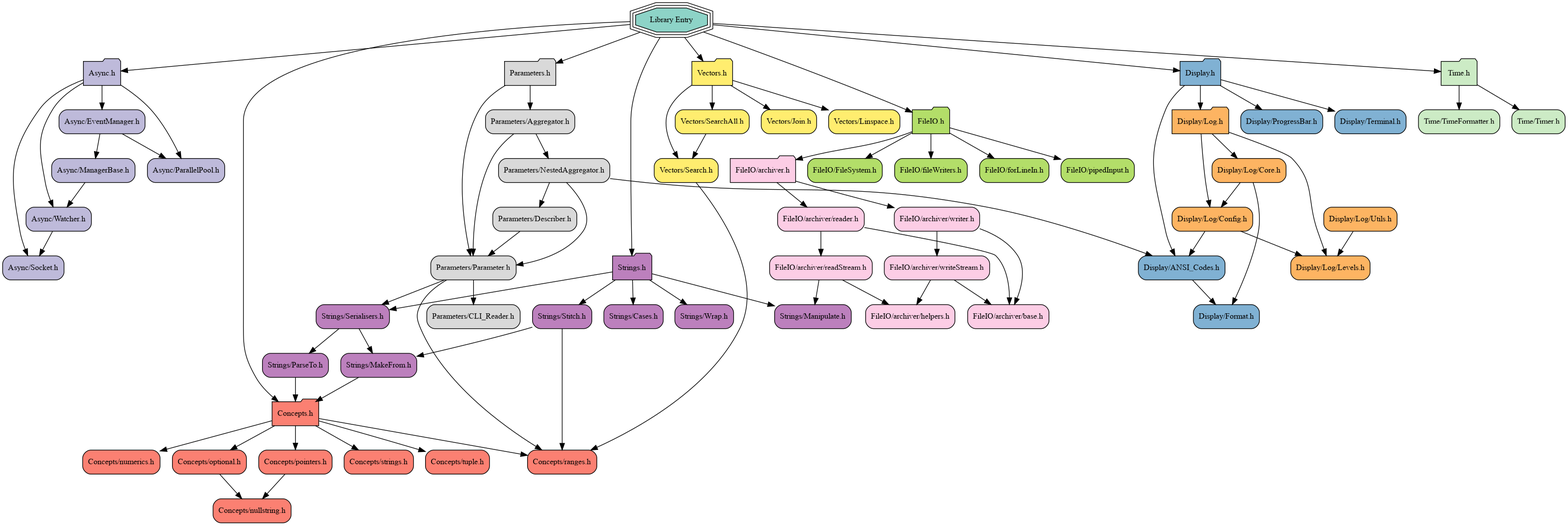
The Graphviz diagram docs/visualiser/network.png in DrFraserGovil/JSL, before a commit. Its source is kept beside it as docs/visualiser/network.dot. The source it was exported from:
```dot
digraph codeviz {
    splines=true
    sep="+15,15"
    overlap=false

    node [shape=Mrecord, fontsize=12]

    node [fillcolor = "#8dd3c7",shape="tripleoctagon", style = "filled"] "JSL.h"                             [label = "Library Entry"]
    node [fillcolor = "#bebada", shape="folder", style = "filled"] "JSL/Async.h"                       [label = "Async.h"]
    node [fillcolor = "#bebada",shape="Mrecord", style = "filled"] "JSL/Async/EventManager.h"          [label = "Async/EventManager.h"]
    node [fillcolor = "#bebada",shape="Mrecord", style = "filled"] "JSL/Async/ManagerBase.h"           [label = "Async/ManagerBase.h"]
    node [fillcolor = "#bebada",shape="Mrecord", style = "filled"] "JSL/Async/ParallelPool.h"          [label = "Async/ParallelPool.h"]
    node [fillcolor = "#bebada",shape="Mrecord", style = "filled"] "JSL/Async/Socket.h"                [label = "Async/Socket.h"]
    node [fillcolor = "#bebada",shape="Mrecord", style = "filled"] "JSL/Async/Watcher.h"               [label = "Async/Watcher.h"]
    node [fillcolor = "#fb8072", shape="folder", style = "filled"] "JSL/Concepts.h"                    [label = "Concepts.h"]
    node [fillcolor = "#fb8072",shape="Mrecord", style = "filled"] "JSL/Concepts/nullstring.h"         [label = "Concepts/nullstring.h"]
    node [fillcolor = "#fb8072",shape="Mrecord", style = "filled"] "JSL/Concepts/numerics.h"           [label = "Concepts/numerics.h"]
    node [fillcolor = "#fb8072",shape="Mrecord", style = "filled"] "JSL/Concepts/optional.h"           [label = "Concepts/optional.h"]
    node [fillcolor = "#fb8072",shape="Mrecord", style = "filled"] "JSL/Concepts/pointers.h"           [label = "Concepts/pointers.h"]
    node [fillcolor = "#fb8072",shape="Mrecord", style = "filled"] "JSL/Concepts/ranges.h"             [label = "Concepts/ranges.h"]
    node [fillcolor = "#fb8072",shape="Mrecord", style = "filled"] "JSL/Concepts/strings.h"            [label = "Concepts/strings.h"]
    node [fillcolor = "#fb8072",shape="Mrecord", style = "filled"] "JSL/Concepts/tuple.h"              [label = "Concepts/tuple.h"]
    node [fillcolor = "#80b1d3", shape="folder", style = "filled"] "JSL/Display.h"                     [label = "Display.h"]
    node [fillcolor = "#80b1d3",shape="Mrecord", style = "filled"] "JSL/Display/ANSI_Codes.h"          [label = "Display/ANSI_Codes.h"]
    node [fillcolor = "#80b1d3",shape="Mrecord", style = "filled"] "JSL/Display/Format.h"              [label = "Display/Format.h"]
    node [fillcolor = "#fdb462", shape="folder", style = "filled"] "JSL/Display/Log.h"                 [label = "Display/Log.h"]
    node [fillcolor = "#fdb462",shape="Mrecord", style = "filled"] "JSL/Display/Log/Config.h"          [label = "Display/Log/Config.h"]
    node [fillcolor = "#fdb462",shape="Mrecord", style = "filled"] "JSL/Display/Log/Core.h"            [label = "Display/Log/Core.h"]
    node [fillcolor = "#fdb462",shape="Mrecord", style = "filled"] "JSL/Display/Log/Levels.h"          [label = "Display/Log/Levels.h"]
    node [fillcolor = "#fdb462",shape="Mrecord", style = "filled"] "JSL/Display/Log/Utils.h"           [label = "Display/Log/Utils.h"]
    node [fillcolor = "#80b1d3",shape="Mrecord", style = "filled"] "JSL/Display/ProgressBar.h"         [label = "Display/ProgressBar.h"]
    node [fillcolor = "#80b1d3",shape="Mrecord", style = "filled"] "JSL/Display/Terminal.h"            [label = "Display/Terminal.h"]
    node [fillcolor = "#b3de69", shape="folder", style = "filled"] "JSL/FileIO.h"                      [label = "FileIO.h"]
    node [fillcolor = "#b3de69",shape="Mrecord", style = "filled"] "JSL/FileIO/FileSystem.h"           [label = "FileIO/FileSystem.h"]
    node [fillcolor = "#fccde5", shape="folder", style = "filled"] "JSL/FileIO/archiver.h"             [label = "FileIO/archiver.h"]
    node [fillcolor = "#fccde5",shape="Mrecord", style = "filled"] "JSL/FileIO/archiver/base.h"        [label = "FileIO/archiver/base.h"]
    node [fillcolor = "#fccde5",shape="Mrecord", style = "filled"] "JSL/FileIO/archiver/helpers.h"     [label = "FileIO/archiver/helpers.h"]
    node [fillcolor = "#fccde5",shape="Mrecord", style = "filled"] "JSL/FileIO/archiver/readStream.h"  [label = "FileIO/archiver/readStream.h"]
    node [fillcolor = "#fccde5",shape="Mrecord", style = "filled"] "JSL/FileIO/archiver/reader.h"      [label = "FileIO/archiver/reader.h"]
    node [fillcolor = "#fccde5",shape="Mrecord", style = "filled"] "JSL/FileIO/archiver/writeStream.h" [label = "FileIO/archiver/writeStream.h"]
    node [fillcolor = "#fccde5",shape="Mrecord", style = "filled"] "JSL/FileIO/archiver/writer.h"      [label = "FileIO/archiver/writer.h"]
    node [fillcolor = "#b3de69",shape="Mrecord", style = "filled"] "JSL/FileIO/fileWriters.h"          [label = "FileIO/fileWriters.h"]
    node [fillcolor = "#b3de69",shape="Mrecord", style = "filled"] "JSL/FileIO/forLineIn.h"            [label = "FileIO/forLineIn.h"]
    node [fillcolor = "#b3de69",shape="Mrecord", style = "filled"] "JSL/FileIO/pipedInput.h"           [label = "FileIO/pipedInput.h"]
    node [fillcolor = "#d9d9d9", shape="folder", style = "filled"] "JSL/Parameters.h"                  [label = "Parameters.h"]
    node [fillcolor = "#d9d9d9",shape="Mrecord", style = "filled"] "JSL/Parameters/Aggregator.h"       [label = "Parameters/Aggregator.h"]
    node [fillcolor = "#d9d9d9",shape="Mrecord", style = "filled"] "JSL/Parameters/CLI_Reader.h"       [label = "Parameters/CLI_Reader.h"]
    node [fillcolor = "#d9d9d9",shape="Mrecord", style = "filled"] "JSL/Parameters/Describer.h"        [label = "Parameters/Describer.h"]
    node [fillcolor = "#d9d9d9",shape="Mrecord", style = "filled"] "JSL/Parameters/NestedAggregator.h" [label = "Parameters/NestedAggregator.h"]
    node [fillcolor = "#d9d9d9",shape="Mrecord", style = "filled"] "JSL/Parameters/Parameter.h"        [label = "Parameters/Parameter.h"]
    node [fillcolor = "#bc80bd", shape="folder", style = "filled"] "JSL/Strings.h"                     [label = "Strings.h"]
    node [fillcolor = "#bc80bd",shape="Mrecord", style = "filled"] "JSL/Strings/Cases.h"               [label = "Strings/Cases.h"]
    node [fillcolor = "#bc80bd",shape="Mrecord", style = "filled"] "JSL/Strings/MakeFrom.h"            [label = "Strings/MakeFrom.h"]
    node [fillcolor = "#bc80bd",shape="Mrecord", style = "filled"] "JSL/Strings/Manipulate.h"          [label = "Strings/Manipulate.h"]
    node [fillcolor = "#bc80bd",shape="Mrecord", style = "filled"] "JSL/Strings/ParseTo.h"             [label = "Strings/ParseTo.h"]
    node [fillcolor = "#bc80bd",shape="Mrecord", style = "filled"] "JSL/Strings/Serialisers.h"         [label = "Strings/Serialisers.h"]
    node [fillcolor = "#bc80bd",shape="Mrecord", style = "filled"] "JSL/Strings/Stitch.h"              [label = "Strings/Stitch.h"]
    node [fillcolor = "#bc80bd",shape="Mrecord", style = "filled"] "JSL/Strings/Wrap.h"                [label = "Strings/Wrap.h"]
    node [fillcolor = "#ccebc5", shape="folder", style = "filled"] "JSL/Time.h"                        [label = "Time.h"]
    node [fillcolor = "#ccebc5",shape="Mrecord", style = "filled"] "JSL/Time/TimeFormatter.h"          [label = "Time/TimeFormatter.h"]
    node [fillcolor = "#ccebc5",shape="Mrecord", style = "filled"] "JSL/Time/Timer.h"                  [label = "Time/Timer.h"]
    node [fillcolor = "#ffed6f", shape="folder", style = "filled"] "JSL/Vectors.h"                     [label = "Vectors.h"]
    node [fillcolor = "#ffed6f",shape="Mrecord", style = "filled"] "JSL/Vectors/Join.h"                [label = "Vectors/Join.h"]
    node [fillcolor = "#ffed6f",shape="Mrecord", style = "filled"] "JSL/Vectors/Linspace.h"            [label = "Vectors/Linspace.h"]
    node [fillcolor = "#ffed6f",shape="Mrecord", style = "filled"] "JSL/Vectors/Search.h"              [label = "Vectors/Search.h"]
    node [fillcolor = "#ffed6f",shape="Mrecord", style = "filled"] "JSL/Vectors/SearchAll.h"           [label = "Vectors/SearchAll.h"]

    "JSL.h"                             -> "JSL/Display.h"
    "JSL.h"                             -> "JSL/FileIO.h"
    "JSL.h"                             -> "JSL/Parameters.h"
    "JSL.h"                             -> "JSL/Strings.h"
    "JSL.h"                             -> "JSL/Time.h"
    "JSL.h"                             -> "JSL/Vectors.h"
    "JSL.h"                             -> "JSL/Async.h"
    "JSL.h"                             -> "JSL/Concepts.h"
    "JSL/Async.h"                       -> "JSL/Async/Socket.h"
    "JSL/Async.h"                       -> "JSL/Async/Watcher.h"
    "JSL/Async.h"                       -> "JSL/Async/EventManager.h"
    "JSL/Async.h"                       -> "JSL/Async/ParallelPool.h"
    "JSL/Async/EventManager.h"          -> "JSL/Async/ManagerBase.h"
    "JSL/Async/EventManager.h"          -> "JSL/Async/ParallelPool.h"
    "JSL/Async/ManagerBase.h"           -> "JSL/Async/Watcher.h"
    "JSL/Async/Watcher.h"               -> "JSL/Async/Socket.h"
    "JSL/Concepts.h"                    -> "JSL/Concepts/ranges.h"[weight=0.3]
    "JSL/Concepts.h"                    -> "JSL/Concepts/tuple.h"
    "JSL/Concepts.h"                    -> "JSL/Concepts/numerics.h"
    "JSL/Concepts.h"                    -> "JSL/Concepts/strings.h"
    "JSL/Concepts.h"                    -> "JSL/Concepts/pointers.h"
    "JSL/Concepts.h"                    -> "JSL/Concepts/optional.h"
    "JSL/Concepts/optional.h"           -> "JSL/Concepts/nullstring.h"
    "JSL/Concepts/pointers.h"           -> "JSL/Concepts/nullstring.h"
    "JSL/Display.h"                     -> "JSL/Display/Log.h"
    "JSL/Display.h"                     -> "JSL/Display/ANSI_Codes.h"
    "JSL/Display.h"                     -> "JSL/Display/ProgressBar.h"
    "JSL/Display.h"                     -> "JSL/Display/Terminal.h"
    "JSL/Display/ANSI_Codes.h"          -> "JSL/Display/Format.h"
    "JSL/Display/Log.h"                 -> "JSL/Display/Log/Core.h"
    "JSL/Display/Log.h"                 -> "JSL/Display/Log/Config.h"
    "JSL/Display/Log.h"                 -> "JSL/Display/Log/Levels.h"
    "JSL/Display/Log/Config.h"          -> "JSL/Display/Log/Levels.h"
    "JSL/Display/Log/Config.h"          -> "JSL/Display/ANSI_Codes.h"
    "JSL/Display/Log/Core.h"            -> "JSL/Display/Log/Config.h"
    "JSL/Display/Log/Core.h"            -> "JSL/Display/Format.h"
    "JSL/Display/Log/Utils.h"           -> "JSL/Display/Log/Levels.h"
    "JSL/FileIO.h"                      -> "JSL/FileIO/forLineIn.h"
    "JSL/FileIO.h"                      -> "JSL/FileIO/FileSystem.h"
    "JSL/FileIO.h"                      -> "JSL/FileIO/fileWriters.h"
    "JSL/FileIO.h"                      -> "JSL/FileIO/pipedInput.h"
    "JSL/FileIO.h"                      -> "JSL/FileIO/archiver.h"
    "JSL/FileIO/archiver.h"             -> "JSL/FileIO/archiver/writer.h"
    "JSL/FileIO/archiver.h"             -> "JSL/FileIO/archiver/reader.h"
    "JSL/FileIO/archiver/readStream.h"  -> "JSL/Strings/Manipulate.h"
    "JSL/FileIO/archiver/readStream.h"  -> "JSL/FileIO/archiver/helpers.h"
    "JSL/FileIO/archiver/reader.h"      -> "JSL/FileIO/archiver/base.h"
    "JSL/FileIO/archiver/reader.h"      -> "JSL/FileIO/archiver/readStream.h"
    "JSL/FileIO/archiver/writeStream.h" -> "JSL/FileIO/archiver/base.h"
    "JSL/FileIO/archiver/writeStream.h" -> "JSL/FileIO/archiver/helpers.h"
    "JSL/FileIO/archiver/writer.h"      -> "JSL/FileIO/archiver/base.h"
    "JSL/FileIO/archiver/writer.h"      -> "JSL/FileIO/archiver/writeStream.h"
    "JSL/Parameters.h"                  -> "JSL/Parameters/Parameter.h"
    "JSL/Parameters.h"                  -> "JSL/Parameters/Aggregator.h"
    "JSL/Parameters/Aggregator.h"       -> "JSL/Parameters/NestedAggregator.h"
    "JSL/Parameters/Aggregator.h"       -> "JSL/Parameters/Parameter.h"
    "JSL/Parameters/Describer.h"        -> "JSL/Parameters/Parameter.h"
    "JSL/Parameters/NestedAggregator.h" -> "JSL/Parameters/Parameter.h"
    "JSL/Parameters/NestedAggregator.h" -> "JSL/Display/ANSI_Codes.h"
    "JSL/Parameters/NestedAggregator.h" -> "JSL/Parameters/Describer.h"
    "JSL/Parameters/Parameter.h"        -> "JSL/Concepts/ranges.h"
    "JSL/Parameters/Parameter.h"        -> "JSL/Strings/Serialisers.h"
    "JSL/Parameters/Parameter.h"        -> "JSL/Parameters/CLI_Reader.h"
    "JSL/Strings.h"                     -> "JSL/Strings/Serialisers.h"
    "JSL/Strings.h"                     -> "JSL/Strings/Cases.h"
    "JSL/Strings.h"                     -> "JSL/Strings/Manipulate.h"
    "JSL/Strings.h"                     -> "JSL/Strings/Stitch.h"
    "JSL/Strings.h"                     -> "JSL/Strings/Wrap.h"
    "JSL/Strings/MakeFrom.h"            -> "JSL/Concepts.h"
    "JSL/Strings/ParseTo.h"             -> "JSL/Concepts.h"
    "JSL/Strings/Serialisers.h"         -> "JSL/Strings/MakeFrom.h"
    "JSL/Strings/Serialisers.h"         -> "JSL/Strings/ParseTo.h"
    "JSL/Strings/Stitch.h"              -> "JSL/Strings/MakeFrom.h"
    "JSL/Strings/Stitch.h"              -> "JSL/Concepts/ranges.h"
    "JSL/Time.h"                        -> "JSL/Time/Timer.h"
    "JSL/Time.h"                        -> "JSL/Time/TimeFormatter.h"
    "JSL/Vectors.h"                     -> "JSL/Vectors/Search.h"
    "JSL/Vectors.h"                     -> "JSL/Vectors/SearchAll.h"
    "JSL/Vectors.h"                     -> "JSL/Vectors/Join.h"
    "JSL/Vectors.h"                     -> "JSL/Vectors/Linspace.h"
    "JSL/Vectors/Search.h"              -> "JSL/Concepts/ranges.h"
    "JSL/Vectors/SearchAll.h"           -> "JSL/Vectors/Search.h"
}
```
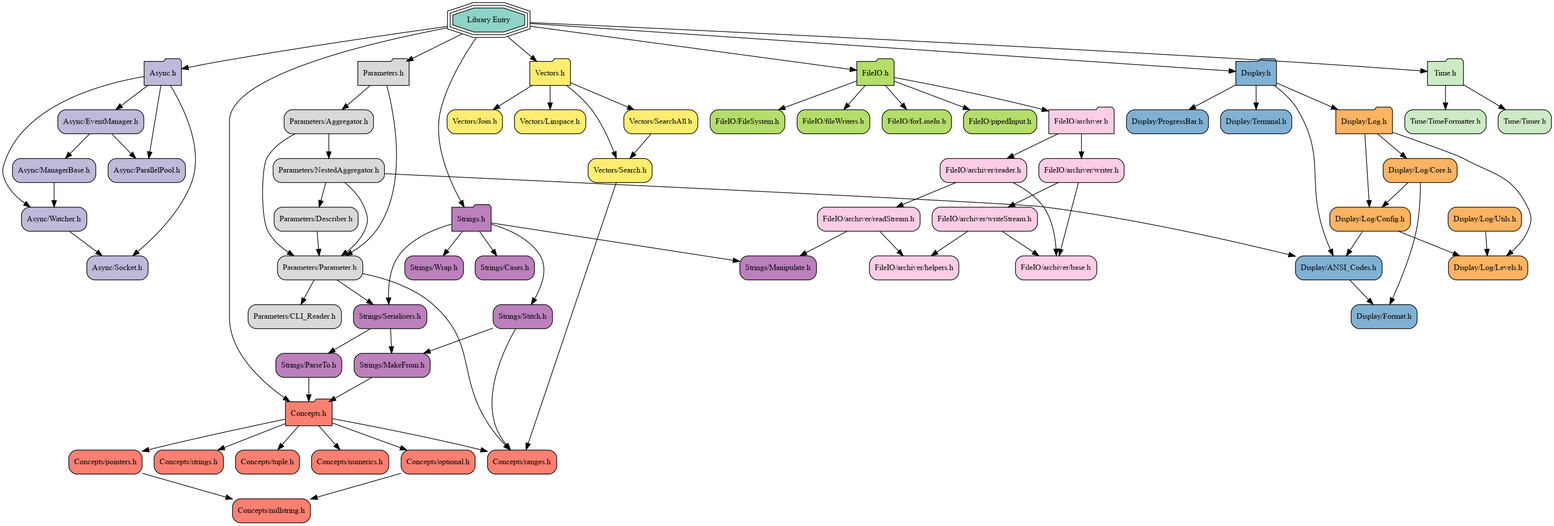
The same file after the commit.

The edit, as a diff of the source:
```diff
@@ -81,7 +81,7 @@
     "JSL/Async/EventManager.h"          -> "JSL/Async/ParallelPool.h"
     "JSL/Async/ManagerBase.h"           -> "JSL/Async/Watcher.h"
     "JSL/Async/Watcher.h"               -> "JSL/Async/Socket.h"
-    "JSL/Concepts.h"                    -> "JSL/Concepts/ranges.h"[weight=0.3]
+    "JSL/Concepts.h"                    -> "JSL/Concepts/ranges.h"
     "JSL/Concepts.h"                    -> "JSL/Concepts/tuple.h"
     "JSL/Concepts.h"                    -> "JSL/Concepts/numerics.h"
     "JSL/Concepts.h"                    -> "JSL/Concepts/strings.h"
@@ -125,7 +125,7 @@
     "JSL/Parameters/NestedAggregator.h" -> "JSL/Parameters/Parameter.h"
     "JSL/Parameters/NestedAggregator.h" -> "JSL/Display/ANSI_Codes.h"
     "JSL/Parameters/NestedAggregator.h" -> "JSL/Parameters/Describer.h"
-    "JSL/Parameters/Parameter.h"        -> "JSL/Concepts/ranges.h"
+    "JSL/Parameters/Parameter.h"              -> "JSL/Concepts/ranges.h"[weight=0.3]
     "JSL/Parameters/Parameter.h"        -> "JSL/Strings/Serialisers.h"
     "JSL/Parameters/Parameter.h"        -> "JSL/Parameters/CLI_Reader.h"
     "JSL/Strings.h"                     -> "JSL/Strings/Serialisers.h"
@@ -138,13 +138,13 @@
     "JSL/Strings/Serialisers.h"         -> "JSL/Strings/MakeFrom.h"
     "JSL/Strings/Serialisers.h"         -> "JSL/Strings/ParseTo.h"
     "JSL/Strings/Stitch.h"              -> "JSL/Strings/MakeFrom.h"
-    "JSL/Strings/Stitch.h"              -> "JSL/Concepts/ranges.h"
+    "JSL/Strings/Stitch.h"                    -> "JSL/Concepts/ranges.h"[weight=0.3]
     "JSL/Time.h"                        -> "JSL/Time/Timer.h"
     "JSL/Time.h"                        -> "JSL/Time/TimeFormatter.h"
     "JSL/Vectors.h"                     -> "JSL/Vectors/Search.h"
     "JSL/Vectors.h"                     -> "JSL/Vectors/SearchAll.h"
     "JSL/Vectors.h"                     -> "JSL/Vectors/Join.h"
     "JSL/Vectors.h"                     -> "JSL/Vectors/Linspace.h"
-    "JSL/Vectors/Search.h"              -> "JSL/Concepts/ranges.h"
+    "JSL/Vectors/Search.h"                    -> "JSL/Concepts/ranges.h"[weight=0.3]
     "JSL/Vectors/SearchAll.h"           -> "JSL/Vectors/Search.h"
 }
```
